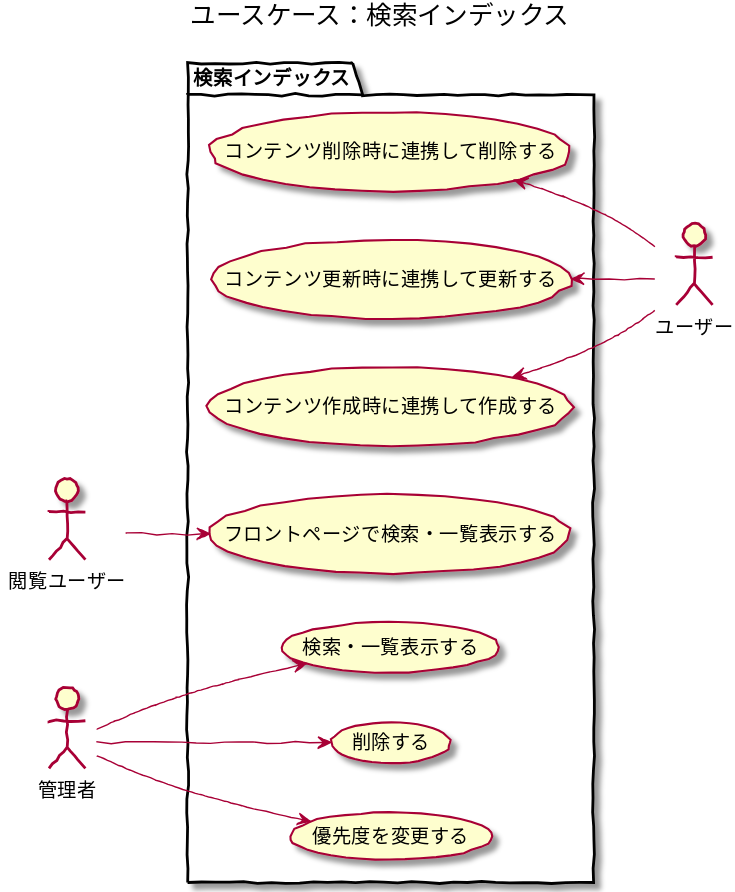
The PlantUML diagram 5/ucmitz/svg/use_case/search_indexes.svg in baserproject/baserproject.github.io, before a commit. Its source is kept beside it as src/puml/5/ucmitz/svg/use_case/search_indexes.puml.
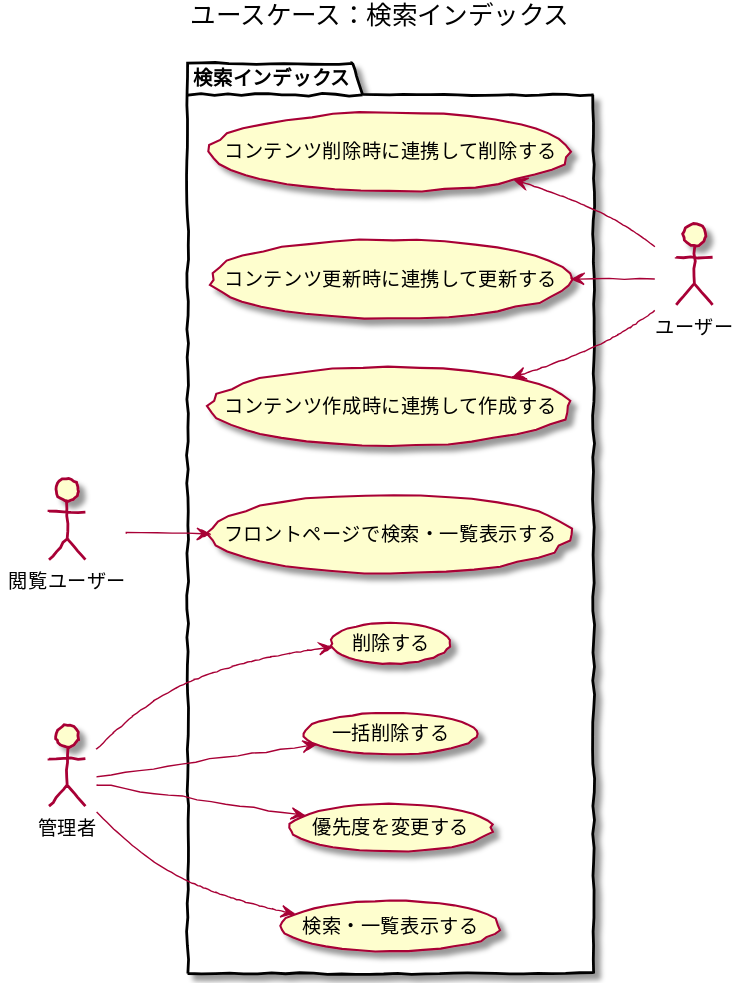
After the commit.

What changed in the source:
```diff
@@ -16,6 +16,7 @@
 	ユーザー -up-> (コンテンツ削除時に連携して削除する)
 	管理者 -down-> (検索・一覧表示する)
 	管理者 -down-> (削除する)
+	管理者 -down-> (一括削除する)
 	管理者 -down-> (優先度を変更する)
 	閲覧ユーザー -down-> (フロントページで検索・一覧表示する)
 }
```
